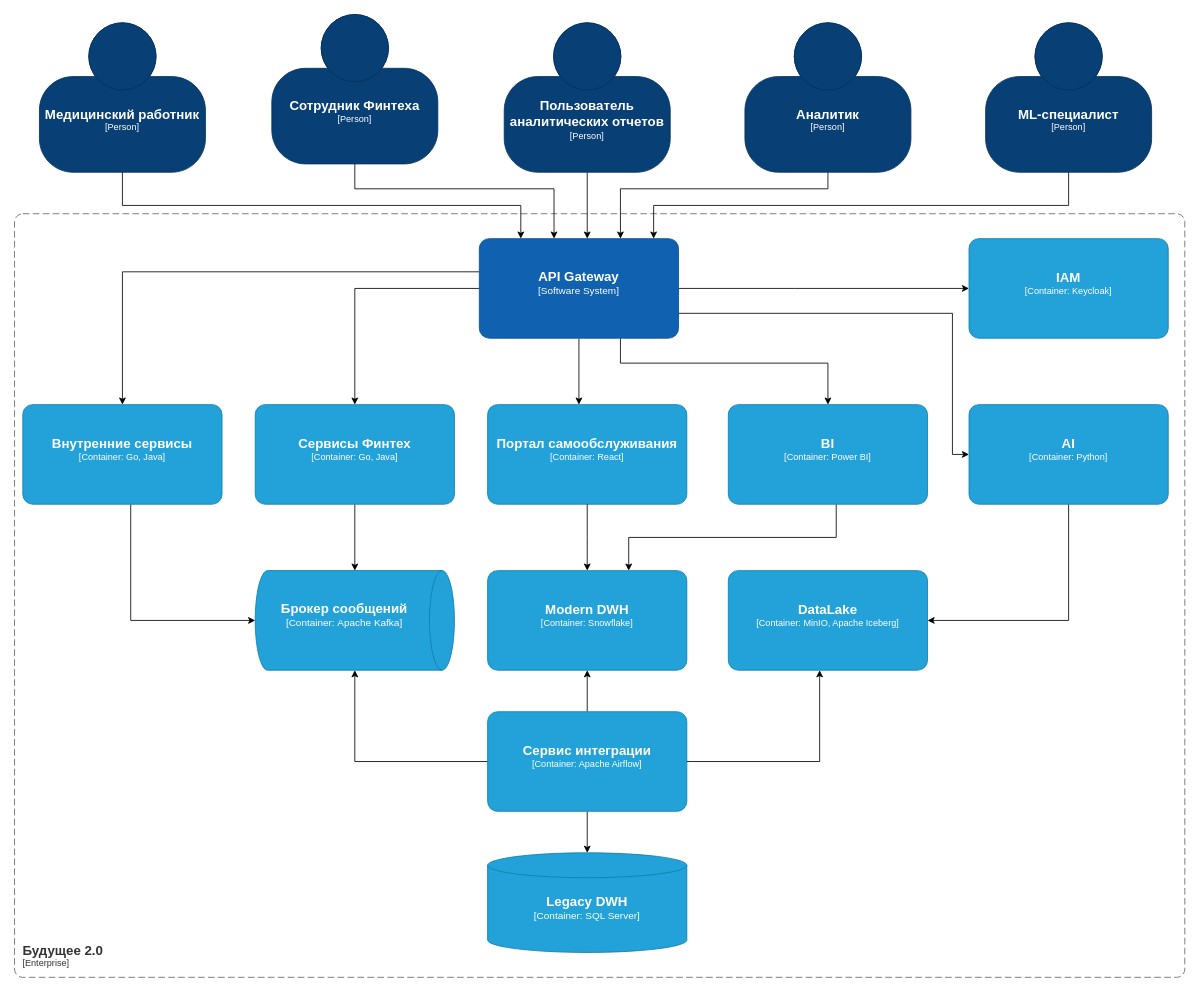
Above: Task1/c4-container.drawio in supercruisertraining/architecture-future_2_0 (draw.io), before the change. Source tidied: cells renumbered, new cells numbered last; positions are measured from the earlier drawing's top-left corner, leaving out a move shared by most shapes. Both pictures are drawn from the tidied source at 83%, with x=0, y=0 at pixel (14, 14).
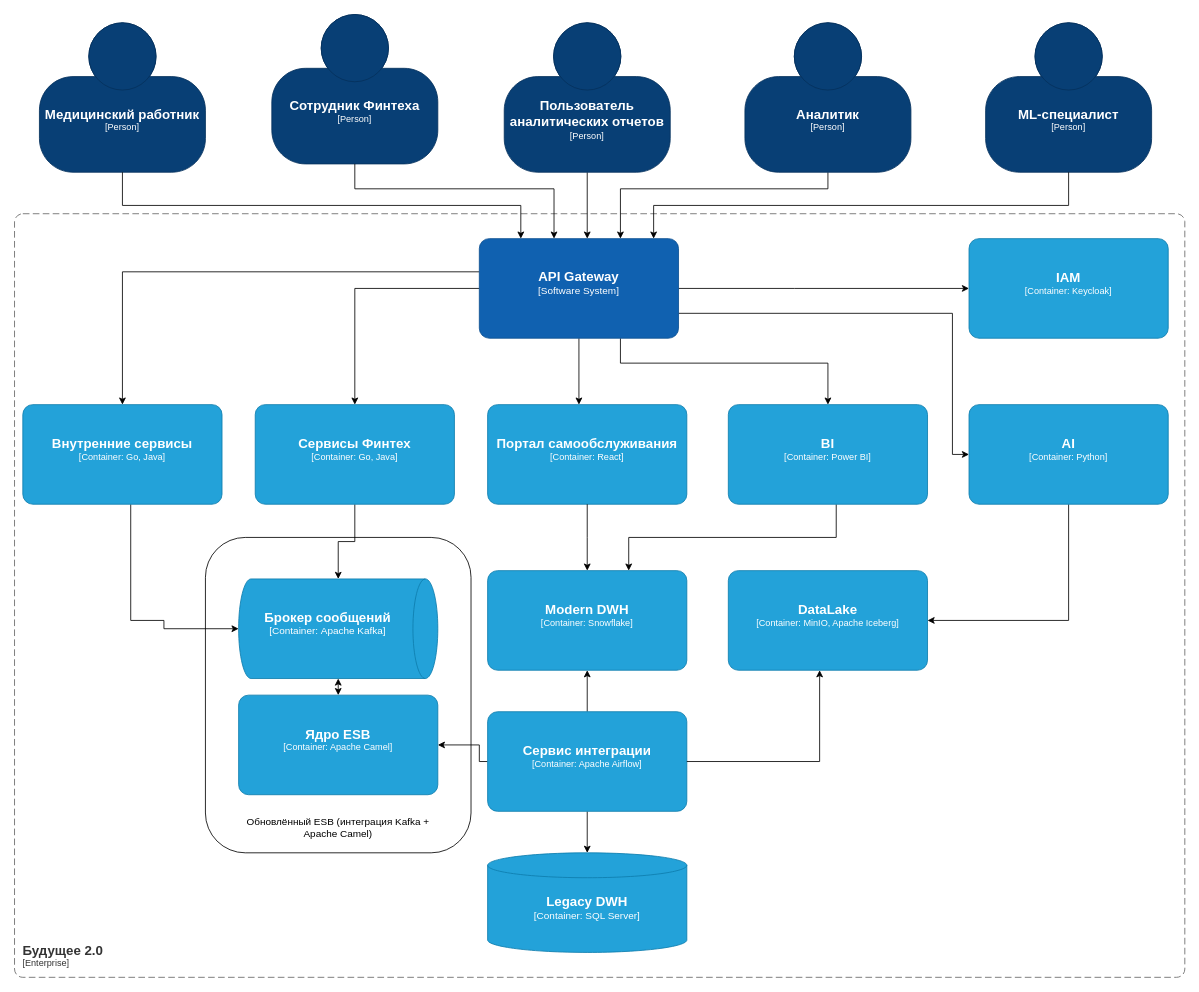
The same diagram, later.

Unchanged cells that the change refers to:
```xml
<object id="9" label="&lt;font style=&quot;font-size: 16px&quot;&gt;&lt;b&gt;%c4Name%&lt;/b&gt;&lt;/font&gt;&lt;div&gt;[%c4Type%: %c4Technology%]&lt;/div&gt;&lt;br&gt;&lt;div&gt;&lt;font style=&quot;font-size: 11px&quot;&gt;&lt;font color=&quot;#E6E6E6&quot;&gt;%c4Description%&lt;/font&gt;&lt;/div&gt;" c4Description="" c4Name="Сервис интеграции" c4Technology="Apache Airflow" c4Type="Container" placeholders="1">
  <mxCell style="rounded=1;whiteSpace=wrap;html=1;fontSize=11;labelBackgroundColor=none;fillColor=#23A2D9;fontColor=#ffffff;align=center;arcSize=10;strokeColor=#0E7DAD;points=[[0.25,0,0],[0.5,0,0],[0.75,0,0],[1,0.25,0],[1,0.5,0],[1,0.75,0],[0.75,1,0],[0.5,1,0],[0.25,1,0],[0,0.75,0],[0,0.5,0],[0,0.25,0]];" parent="1" vertex="1">
    <mxGeometry x="570" y="840" width="240" height="120" as="geometry" />
  </mxCell>
</object>
<object id="25" label="&lt;font style=&quot;font-size: 16px&quot;&gt;&lt;b&gt;%c4Name%&lt;/b&gt;&lt;/font&gt;&lt;div&gt;[%c4Type%: %c4Technology%]&lt;/div&gt;&lt;br&gt;&lt;div&gt;&lt;font style=&quot;font-size: 11px&quot;&gt;&lt;font color=&quot;#E6E6E6&quot;&gt;%c4Description%&lt;/font&gt;&lt;/div&gt;" c4Description="" c4Name="Внутренние сервисы" c4Technology="Go, Java" c4Type="Container" placeholders="1">
  <mxCell style="rounded=1;whiteSpace=wrap;html=1;fontSize=11;labelBackgroundColor=none;fillColor=#23A2D9;fontColor=#ffffff;align=center;arcSize=10;strokeColor=#0E7DAD;points=[[0.25,0,0],[0.5,0,0],[0.75,0,0],[1,0.25,0],[1,0.5,0],[1,0.75,0],[0.75,1,0],[0.5,1,0],[0.25,1,0],[0,0.75,0],[0,0.5,0],[0,0.25,0]];" parent="1" vertex="1">
    <mxGeometry x="10" y="470" width="240" height="120" as="geometry" />
  </mxCell>
</object>
```

Change to the diagram source:
```diff
@@
-    <mxCell id="8" style="edgeStyle=orthogonalEdgeStyle;rounded=0;jettySize=auto;html=1;" parent="1" edge="1" source="9" target="11">
-      <mxGeometry relative="1" as="geometry" />
+    <mxCell id="8" style="edgeStyle=orthogonalEdgeStyle;rounded=0;jettySize=auto;html=1;entryX=1;entryY=0.5;entryDx=0;entryDy=0;entryPerimeter=0;" parent="1" edge="1" source="9" target="40">
+      <mxGeometry relative="1" as="geometry">
+        <Array as="points">
+          <mxPoint x="560" y="900" />
+          <mxPoint x="560" y="880" />
+        </Array>
+      </mxGeometry>
     </mxCell>
@@
     <object id="11" label="&lt;font style=&quot;font-size: 16px&quot;&gt;&lt;b&gt;%c4Name%&lt;/b&gt;&lt;/font&gt;&lt;div&gt;[%c4Type%:&amp;nbsp;%c4Technology%]&lt;/div&gt;&lt;br&gt;&lt;div&gt;&lt;font style=&quot;font-size: 11px&quot;&gt;&lt;font color=&quot;#E6E6E6&quot;&gt;%c4Description%&lt;/font&gt;&lt;/div&gt;" c4Description="" c4Name="Брокер сообщений" c4Technology="Apache Kafka" c4Type="Container" placeholders="1">
       <mxCell style="shape=cylinder3;size=15;direction=south;whiteSpace=wrap;html=1;boundedLbl=1;rounded=0;labelBackgroundColor=none;fillColor=#23A2D9;fontSize=12;fontColor=#ffffff;align=center;strokeColor=#0E7DAD;points=[[0.5,0,0],[1,0.25,0],[1,0.5,0],[1,0.75,0],[0.5,1,0],[0,0.75,0],[0,0.5,0],[0,0.25,0]];" parent="1" vertex="1">
-        <mxGeometry x="290" y="670" width="240" height="120" as="geometry" />
+        <mxGeometry x="270" y="680" width="240" height="120" as="geometry" />
       </mxCell>
     </object>
@@
-    <mxCell id="24" style="edgeStyle=orthogonalEdgeStyle;rounded=0;jettySize=auto;html=1;" parent="1" edge="1" source="25" target="11">
+    <mxCell id="24" style="edgeStyle=orthogonalEdgeStyle;rounded=0;jettySize=auto;html=1;entryX=0.5;entryY=1;entryDx=0;entryDy=0;entryPerimeter=0;" parent="1" edge="1" source="25" target="11">
       <mxGeometry relative="1" as="geometry">
         <Array as="points">
           <mxPoint x="140" y="730" />
+          <mxPoint x="180" y="730" />
+          <mxPoint x="180" y="740" />
         </Array>
       </mxGeometry>
     </mxCell>
@@
+    <object id="40" label="&lt;font style=&quot;font-size: 16px&quot;&gt;&lt;b&gt;%c4Name%&lt;/b&gt;&lt;/font&gt;&lt;div&gt;[%c4Type%: %c4Technology%]&lt;/div&gt;&lt;br&gt;&lt;div&gt;&lt;font style=&quot;font-size: 11px&quot;&gt;&lt;font color=&quot;#E6E6E6&quot;&gt;%c4Description%&lt;/font&gt;&lt;/div&gt;" c4Description="" c4Name="Ядро ESB" c4Technology="Apache Camel" c4Type="Container" placeholders="1">
+      <mxCell style="rounded=1;whiteSpace=wrap;html=1;fontSize=11;labelBackgroundColor=none;fillColor=#23A2D9;fontColor=#ffffff;align=center;arcSize=10;strokeColor=#0E7DAD;points=[[0.25,0,0],[0.5,0,0],[0.75,0,0],[1,0.25,0],[1,0.5,0],[1,0.75,0],[0.75,1,0],[0.5,1,0],[0.25,1,0],[0,0.75,0],[0,0.5,0],[0,0.25,0]];" parent="1" vertex="1">
+        <mxGeometry x="270" y="820" width="240" height="120" as="geometry" />
+      </mxCell>
+    </object>
+    <mxCell id="41" style="endArrow=classic;startArrow=classic;html=1;rounded=0;entryX=0.5;entryY=0;entryDx=0;entryDy=0;entryPerimeter=0;exitX=1;exitY=0.5;exitDx=0;exitDy=0;exitPerimeter=0;" parent="1" edge="1" source="11" target="40">
+      <mxGeometry relative="1" as="geometry" />
+    </mxCell>
+    <mxCell id="42" style="group;" parent="1" vertex="1">
+      <mxGeometry x="230" y="630" width="320" height="380" as="geometry" />
+    </mxCell>
+    <mxCell id="43" style="rounded=1;whiteSpace=wrap;html=1;fillColor=none;" parent="42" vertex="1">
+      <mxGeometry width="320" height="380" as="geometry" />
+    </mxCell>
+    <mxCell id="44" value="Обновлённый ESB (интеграция Kafka + Apache Camel)" style="text;html=1;whiteSpace=wrap;strokeColor=none;fillColor=none;align=center;verticalAlign=middle;rounded=0;" parent="42" vertex="1">
+      <mxGeometry x="40" y="330" width="240" height="40" as="geometry" />
+    </mxCell>
```
